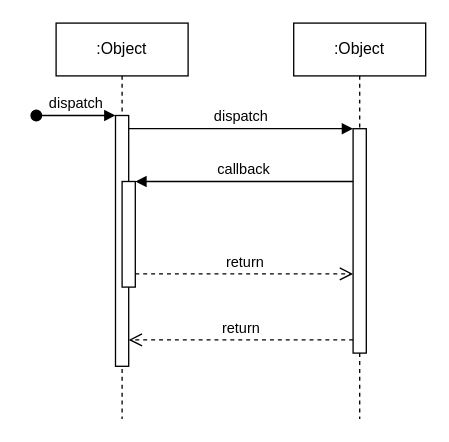
Earlier version of the draw.io diagram LLSI/EWB付款.drawio (0573xieguojia/To-program). Source tidied: cells renumbered, new cells numbered last; positions are measured from the earlier drawing's top-left corner, leaving out a move shared by most shapes. Both pictures are drawn from the tidied source at 132%, with x=0, y=0 at pixel (36, 22).
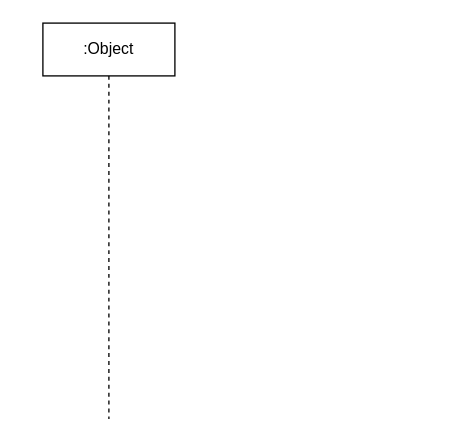
After the change.

What changed in the source:
```diff
@@
 <mxGraphModel>
   <root>
     <mxCell id="0" />
     <mxCell id="1" parent="0" />
-    <mxCell id="2" value=":Object" style="shape=umlLifeline;perimeter=lifelinePerimeter;whiteSpace=wrap;html=1;newEdgeStyle={&quot;edgeStyle&quot;:&quot;elbowEdgeStyle&quot;,&quot;elbow&quot;:&quot;vertical&quot;,&quot;curved&quot;:0,&quot;rounded&quot;:0};" parent="1" vertex="1">
-      <mxGeometry x="15" width="100" height="300" as="geometry" />
-    </mxCell>
-    <mxCell id="3" style="html=1;points=[];perimeter=orthogonalPerimeter;outlineConnect=0;targetShapes=umlLifeline;portConstraint=eastwest;newEdgeStyle={&quot;edgeStyle&quot;:&quot;elbowEdgeStyle&quot;,&quot;elbow&quot;:&quot;vertical&quot;,&quot;curved&quot;:0,&quot;rounded&quot;:0};" parent="2" vertex="1">
-      <mxGeometry x="45" y="70" width="10" height="190" as="geometry" />
-    </mxCell>
-    <mxCell id="4" value="dispatch" style="html=1;verticalAlign=bottom;startArrow=oval;endArrow=block;startSize=8;edgeStyle=elbowEdgeStyle;elbow=vertical;curved=0;rounded=0;" parent="2" edge="1" target="3">
-      <mxGeometry relative="1" as="geometry">
-        <mxPoint x="-15" y="70" as="sourcePoint" />
-      </mxGeometry>
-    </mxCell>
-    <mxCell id="5" style="html=1;points=[];perimeter=orthogonalPerimeter;outlineConnect=0;targetShapes=umlLifeline;portConstraint=eastwest;newEdgeStyle={&quot;edgeStyle&quot;:&quot;elbowEdgeStyle&quot;,&quot;elbow&quot;:&quot;vertical&quot;,&quot;curved&quot;:0,&quot;rounded&quot;:0};" parent="2" vertex="1">
-      <mxGeometry x="50" y="120" width="10" height="80" as="geometry" />
-    </mxCell>
-    <mxCell id="6" value=":Object" style="shape=umlLifeline;perimeter=lifelinePerimeter;whiteSpace=wrap;html=1;newEdgeStyle={&quot;edgeStyle&quot;:&quot;elbowEdgeStyle&quot;,&quot;elbow&quot;:&quot;vertical&quot;,&quot;curved&quot;:0,&quot;rounded&quot;:0};" parent="1" vertex="1">
-      <mxGeometry x="195" width="100" height="300" as="geometry" />
-    </mxCell>
-    <mxCell id="7" style="html=1;points=[];perimeter=orthogonalPerimeter;outlineConnect=0;targetShapes=umlLifeline;portConstraint=eastwest;newEdgeStyle={&quot;edgeStyle&quot;:&quot;elbowEdgeStyle&quot;,&quot;elbow&quot;:&quot;vertical&quot;,&quot;curved&quot;:0,&quot;rounded&quot;:0};" parent="6" vertex="1">
-      <mxGeometry x="45" y="80" width="10" height="170" as="geometry" />
-    </mxCell>
-    <mxCell id="8" value="dispatch" style="html=1;verticalAlign=bottom;endArrow=block;edgeStyle=elbowEdgeStyle;elbow=vertical;curved=0;rounded=0;" parent="1" edge="1" source="3" target="7">
-      <mxGeometry relative="1" as="geometry">
-        <Array as="points">
-          <mxPoint x="155" y="80" />
-        </Array>
-      </mxGeometry>
-    </mxCell>
-    <mxCell id="9" value="return" style="html=1;verticalAlign=bottom;endArrow=open;dashed=1;endSize=8;edgeStyle=elbowEdgeStyle;elbow=vertical;curved=0;rounded=0;" parent="1" edge="1" source="7" target="3">
-      <mxGeometry relative="1" as="geometry">
-        <Array as="points">
-          <mxPoint x="165" y="240" />
-        </Array>
-      </mxGeometry>
-    </mxCell>
-    <mxCell id="10" value="callback" style="html=1;verticalAlign=bottom;endArrow=block;edgeStyle=elbowEdgeStyle;elbow=vertical;curved=0;rounded=0;" parent="1" edge="1" source="7" target="5">
-      <mxGeometry relative="1" as="geometry">
-        <Array as="points">
-          <mxPoint x="165" y="120" />
-        </Array>
-      </mxGeometry>
-    </mxCell>
-    <mxCell id="11" value="return" style="html=1;verticalAlign=bottom;endArrow=open;dashed=1;endSize=8;edgeStyle=elbowEdgeStyle;elbow=vertical;curved=0;rounded=0;" parent="1" edge="1" source="5" target="7">
-      <mxGeometry relative="1" as="geometry">
-        <Array as="points">
-          <mxPoint x="155" y="190" />
-        </Array>
-      </mxGeometry>
-    </mxCell>
+    <mxCell id="12" value=":Object" style="shape=umlLifeline;perimeter=lifelinePerimeter;whiteSpace=wrap;html=1;newEdgeStyle={&quot;edgeStyle&quot;:&quot;elbowEdgeStyle&quot;,&quot;elbow&quot;:&quot;vertical&quot;,&quot;curved&quot;:0,&quot;rounded&quot;:0};" parent="1" vertex="1">
+      <mxGeometry x="5" width="100" height="300" as="geometry" />
+    </mxCell>
   </root>
 </mxGraphModel>
```
